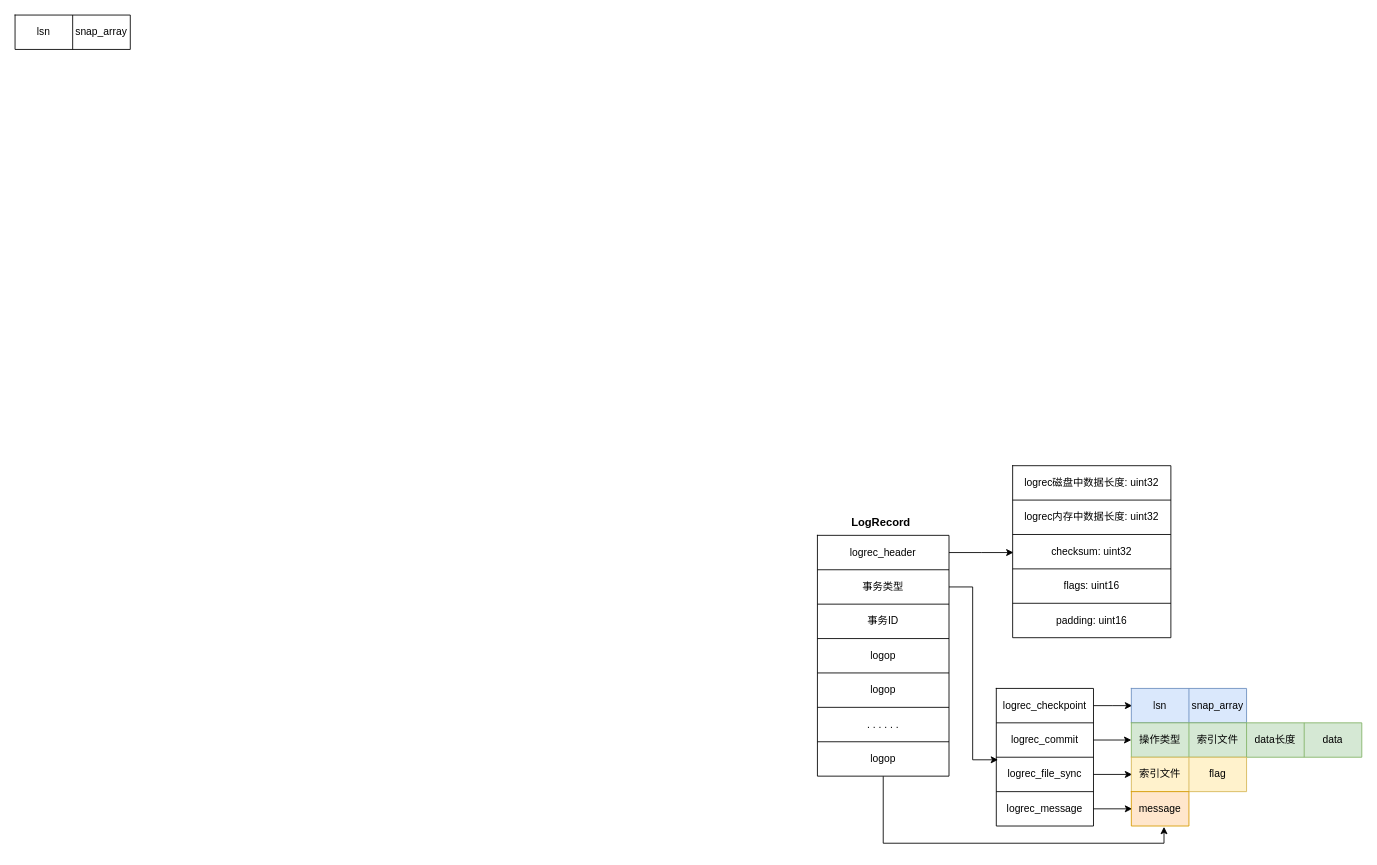
This is Wiredtiger_LogRec.drawio from TimerIzaya/TimerBlogPic, a draw.io file, before an edit. Source tidied: cells renumbered, new cells numbered last; positions are measured from the earlier drawing's top-left corner, leaving out a move shared by most shapes. Both pictures are drawn from the tidied source at 86%, with x=0, y=0 at pixel (15, 15).
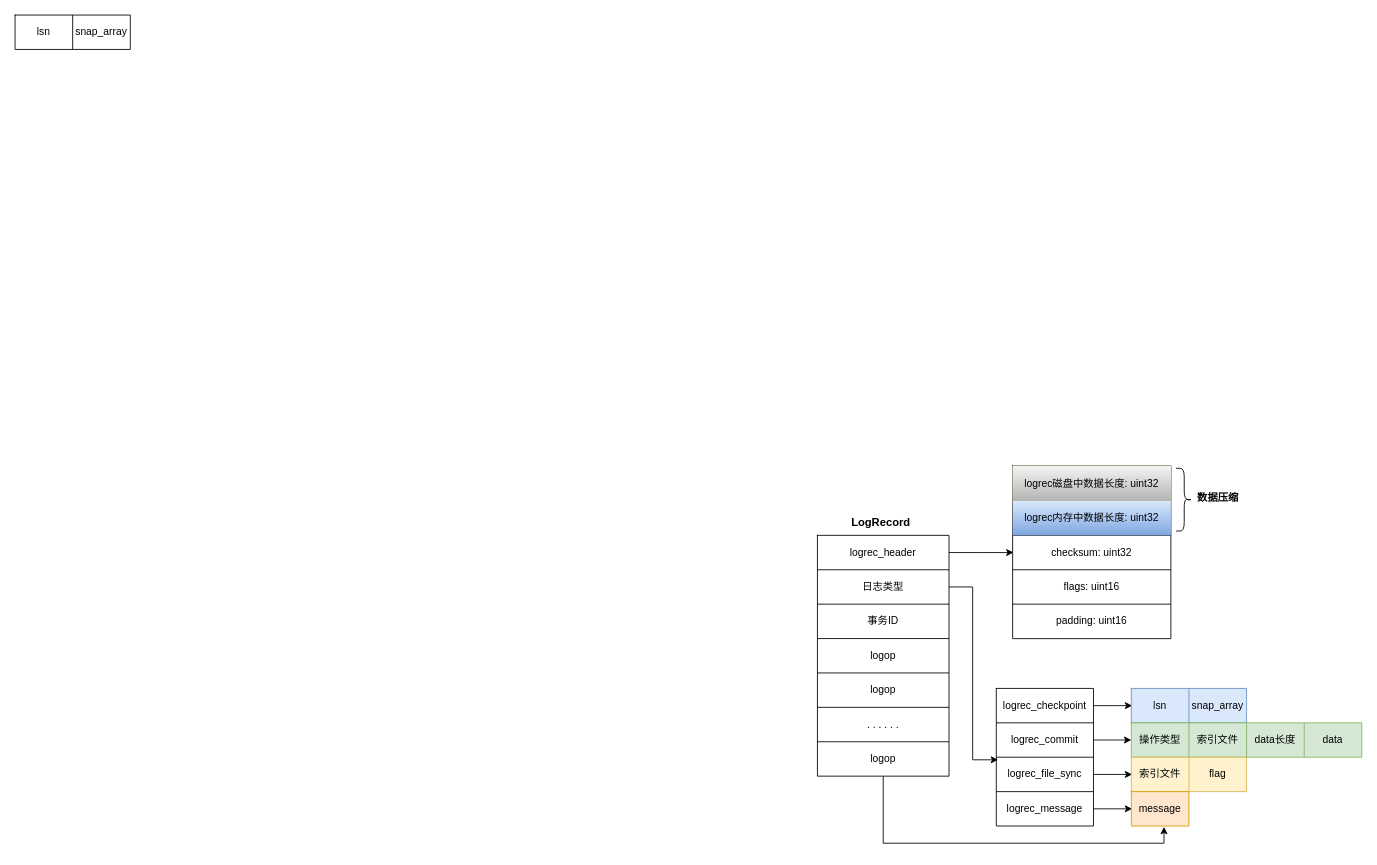
The same diagram, later.

The change refers to these unchanged cells:
```xml
<mxCell id="6" style="shape=tableRow;horizontal=0;startSize=0;swimlaneHead=0;swimlaneBody=0;top=0;left=0;bottom=0;right=0;fillColor=none;points=[[0,0.5],[1,0.5]];portConstraint=eastwest;" parent="3" vertex="1">
  <mxGeometry y="40" width="153" height="40" as="geometry" />
</mxCell>
```

Change to the diagram source:
```diff
@@
-    <mxCell id="7" value="事务类型" style="shape=partialRectangle;html=1;whiteSpace=wrap;fillColor=none;top=0;left=0;bottom=0;right=0;overflow=hidden;" parent="6" vertex="1">
+    <mxCell id="7" value="日志类型" style="shape=partialRectangle;html=1;whiteSpace=wrap;fillColor=none;top=0;left=0;bottom=0;right=0;overflow=hidden;" parent="6" vertex="1">
       <mxGeometry width="153" height="40" as="geometry" />
     </mxCell>
@@
     <mxCell id="19" style="shape=table;html=1;whiteSpace=wrap;startSize=0;childLayout=tableLayout;" parent="1" vertex="1">
-      <mxGeometry x="1160" y="524" width="184" height="200" as="geometry" />
+      <mxGeometry x="1160" y="524" width="184" height="201.1" as="geometry" />
     </mxCell>
-    <mxCell id="20" style="shape=tableRow;horizontal=0;startSize=0;swimlaneHead=0;swimlaneBody=0;top=0;left=0;bottom=0;right=0;fillColor=none;" parent="19" vertex="1">
-      <mxGeometry width="184" height="40" as="geometry" />
+    <mxCell id="20" style="shape=tableRow;horizontal=0;startSize=0;swimlaneHead=0;swimlaneBody=0;top=0;left=0;bottom=0;right=0;fillColor=#cdeb8b;strokeColor=#36393d;" parent="19" vertex="1">
+      <mxGeometry width="184" height="41" as="geometry" />
     </mxCell>
-    <mxCell id="21" value="logrec磁盘中数据长度: uint32" style="shape=partialRectangle;html=1;whiteSpace=wrap;fillColor=none;top=0;left=0;bottom=0;right=0;overflow=hidden;" parent="20" vertex="1">
-      <mxGeometry width="184" height="40" as="geometry" />
+    <mxCell id="21" value="logrec磁盘中数据长度: uint32" style="shape=partialRectangle;html=1;whiteSpace=wrap;fillColor=#f5f5f5;top=0;left=0;bottom=0;right=0;overflow=hidden;strokeColor=#666666;gradientColor=#b3b3b3;" parent="20" vertex="1">
+      <mxGeometry width="184" height="41" as="geometry" />
     </mxCell>
     <mxCell id="22" style="shape=tableRow;horizontal=0;startSize=0;swimlaneHead=0;swimlaneBody=0;top=0;left=0;bottom=0;right=0;fillColor=none;" parent="19" vertex="1">
-      <mxGeometry y="40" width="184" height="40" as="geometry" />
+      <mxGeometry y="41" width="184" height="40" as="geometry" />
     </mxCell>
-    <mxCell id="23" value="logrec内存中数据长度: uint32" style="shape=partialRectangle;html=1;whiteSpace=wrap;fillColor=none;top=0;left=0;bottom=0;right=0;overflow=hidden;" parent="22" vertex="1">
+    <mxCell id="23" value="logrec内存中数据长度: uint32" style="shape=partialRectangle;html=1;whiteSpace=wrap;fillColor=#dae8fc;top=0;left=0;bottom=0;right=0;overflow=hidden;gradientColor=#7ea6e0;strokeColor=#6c8ebf;" parent="22" vertex="1">
       <mxGeometry width="184" height="40" as="geometry" />
     </mxCell>
     <mxCell id="24" style="shape=tableRow;horizontal=0;startSize=0;swimlaneHead=0;swimlaneBody=0;top=0;left=0;bottom=0;right=0;fillColor=none;" parent="19" vertex="1">
-      <mxGeometry y="80" width="184" height="40" as="geometry" />
+      <mxGeometry y="81" width="184" height="40" as="geometry" />
     </mxCell>
@@
     <mxCell id="26" style="shape=tableRow;horizontal=0;startSize=0;swimlaneHead=0;swimlaneBody=0;top=0;left=0;bottom=0;right=0;fillColor=none;" parent="19" vertex="1">
-      <mxGeometry y="120" width="184" height="40" as="geometry" />
+      <mxGeometry y="121" width="184" height="40" as="geometry" />
     </mxCell>
@@
     <mxCell id="28" style="shape=tableRow;horizontal=0;startSize=0;swimlaneHead=0;swimlaneBody=0;top=0;left=0;bottom=0;right=0;fillColor=none;" parent="19" vertex="1">
-      <mxGeometry y="160" width="184" height="40" as="geometry" />
+      <mxGeometry y="161" width="184" height="40" as="geometry" />
     </mxCell>
@@
+    <mxCell id="66" style="shape=curlyBracket;whiteSpace=wrap;html=1;rounded=1;flipH=1;" parent="1" vertex="1">
+      <mxGeometry x="1350" y="527" width="19" height="73" as="geometry" />
+    </mxCell>
+    <mxCell id="67" value="&lt;b&gt;数据压缩&lt;/b&gt;" style="text;html=1;strokeColor=none;fillColor=none;align=center;verticalAlign=middle;whiteSpace=wrap;rounded=0;" parent="1" vertex="1">
+      <mxGeometry x="1369" y="547" width="60" height="30" as="geometry" />
+    </mxCell>
```
